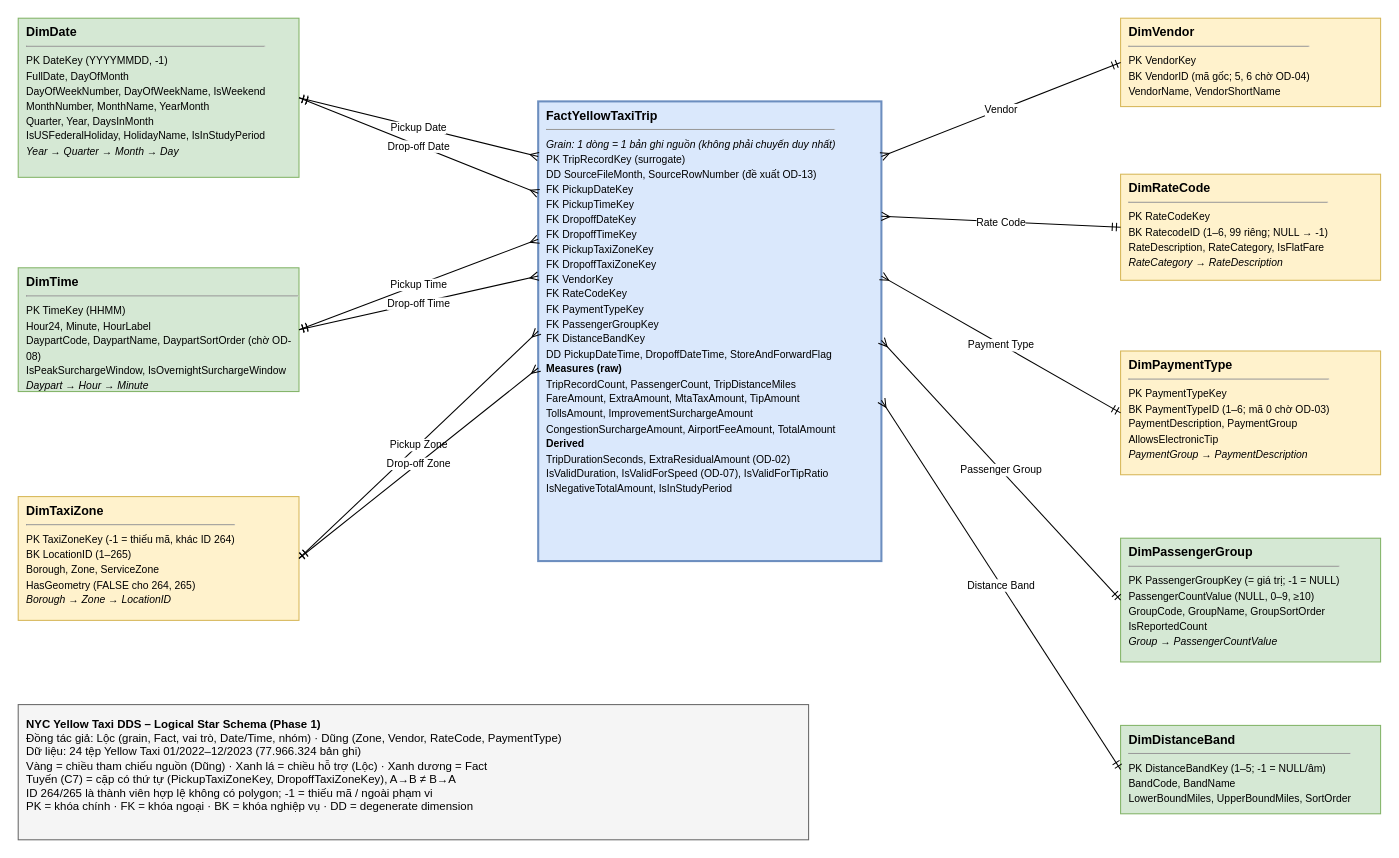
This is deliverables/phase1/loc/dds_logical_model.drawio from Truc54/BI_Project, a draw.io file, before an edit. Source tidied: cells renumbered, new cells numbered last; positions are measured from the earlier drawing's top-left corner, leaving out a move shared by most shapes. Both pictures are drawn from the tidied source at 104%, with x=0, y=0 at pixel (18, 18).
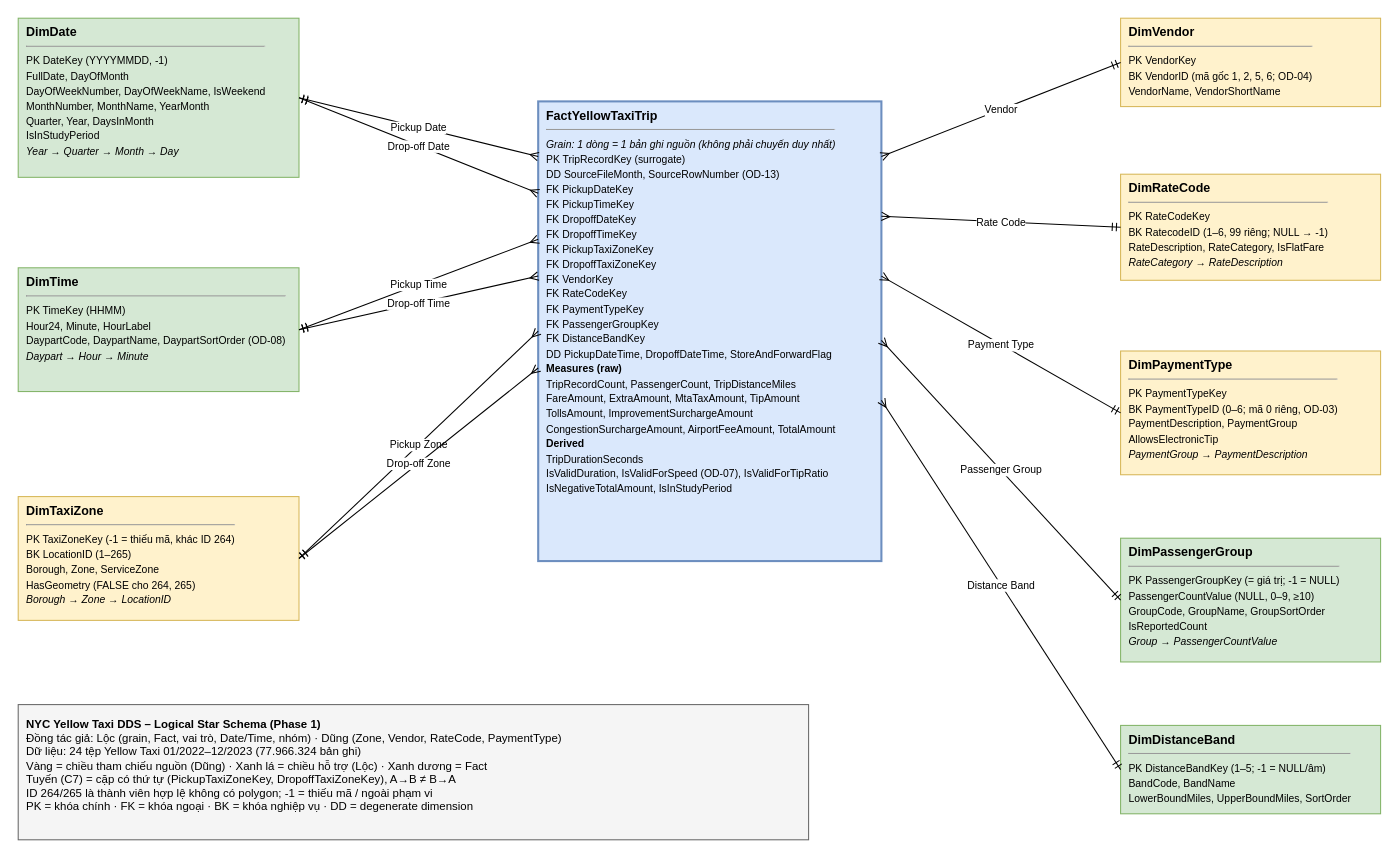
After the change.

The edit, as a diff of the source:
```diff
@@
-    <mxCell id="2" value="&lt;div style=&quot;text-align:left&quot;&gt;&lt;b&gt;FactYellowTaxiTrip&lt;/b&gt;&lt;hr size=&quot;1&quot;&gt;&lt;span style=&quot;font-size:10px&quot;&gt;&lt;i&gt;Grain: 1 dòng = 1 bản ghi nguồn (không phải chuyến duy nhất)&lt;/i&gt;&lt;br&gt;PK TripRecordKey (surrogate)&lt;br&gt;DD SourceFileMonth, SourceRowNumber (đề xuất OD-13)&lt;br&gt;FK PickupDateKey&lt;br&gt;FK PickupTimeKey&lt;br&gt;FK DropoffDateKey&lt;br&gt;FK DropoffTimeKey&lt;br&gt;FK PickupTaxiZoneKey&lt;br&gt;FK DropoffTaxiZoneKey&lt;br&gt;FK VendorKey&lt;br&gt;FK RateCodeKey&lt;br&gt;FK PaymentTypeKey&lt;br&gt;FK PassengerGroupKey&lt;br&gt;FK DistanceBandKey&lt;br&gt;DD PickupDateTime, DropoffDateTime, StoreAndForwardFlag&lt;br&gt;&lt;b&gt;Measures (raw)&lt;/b&gt;&lt;br&gt;TripRecordCount, PassengerCount, TripDistanceMiles&lt;br&gt;FareAmount, ExtraAmount, MtaTaxAmount, TipAmount&lt;br&gt;TollsAmount, ImprovementSurchargeAmount&lt;br&gt;CongestionSurchargeAmount, AirportFeeAmount, TotalAmount&lt;br&gt;&lt;b&gt;Derived&lt;/b&gt;&lt;br&gt;TripDurationSeconds, ExtraResidualAmount (OD-02)&lt;br&gt;IsValidDuration, IsValidForSpeed (OD-07), IsValidForTipRatio&lt;br&gt;IsNegativeTotalAmount, IsInStudyPeriod&lt;/span&gt;&lt;/div&gt;" style="rounded=0;whiteSpace=wrap;html=1;align=left;verticalAlign=top;spacingLeft=6;fillColor=#dae8fc;strokeColor=#6c8ebf;strokeWidth=2;" parent="1" vertex="1">
+    <mxCell id="2" value="&lt;div style=&quot;text-align:left&quot;&gt;&lt;b&gt;FactYellowTaxiTrip&lt;/b&gt;&lt;hr size=&quot;1&quot;&gt;&lt;span style=&quot;font-size:10px&quot;&gt;&lt;i&gt;Grain: 1 dòng = 1 bản ghi nguồn (không phải chuyến duy nhất)&lt;/i&gt;&lt;br&gt;PK TripRecordKey (surrogate)&lt;br&gt;DD SourceFileMonth, SourceRowNumber (OD-13)&lt;br&gt;FK PickupDateKey&lt;br&gt;FK PickupTimeKey&lt;br&gt;FK DropoffDateKey&lt;br&gt;FK DropoffTimeKey&lt;br&gt;FK PickupTaxiZoneKey&lt;br&gt;FK DropoffTaxiZoneKey&lt;br&gt;FK VendorKey&lt;br&gt;FK RateCodeKey&lt;br&gt;FK PaymentTypeKey&lt;br&gt;FK PassengerGroupKey&lt;br&gt;FK DistanceBandKey&lt;br&gt;DD PickupDateTime, DropoffDateTime, StoreAndForwardFlag&lt;br&gt;&lt;b&gt;Measures (raw)&lt;/b&gt;&lt;br&gt;TripRecordCount, PassengerCount, TripDistanceMiles&lt;br&gt;FareAmount, ExtraAmount, MtaTaxAmount, TipAmount&lt;br&gt;TollsAmount, ImprovementSurchargeAmount&lt;br&gt;CongestionSurchargeAmount, AirportFeeAmount, TotalAmount&lt;br&gt;&lt;b&gt;Derived&lt;/b&gt;&lt;br&gt;TripDurationSeconds&lt;br&gt;IsValidDuration, IsValidForSpeed (OD-07), IsValidForTipRatio&lt;br&gt;IsNegativeTotalAmount, IsInStudyPeriod&lt;/span&gt;&lt;/div&gt;" style="rounded=0;whiteSpace=wrap;html=1;align=left;verticalAlign=top;spacingLeft=6;fillColor=#dae8fc;strokeColor=#6c8ebf;strokeWidth=2;" parent="1" vertex="1">
       <mxGeometry x="500" y="80" width="330" height="442" as="geometry" />
     </mxCell>
-    <mxCell id="3" value="&lt;div style=&quot;text-align:left&quot;&gt;&lt;b&gt;DimDate&lt;/b&gt;&lt;hr size=&quot;1&quot;&gt;&lt;span style=&quot;font-size:10px&quot;&gt;PK DateKey (YYYYMMDD, -1)&lt;br&gt;FullDate, DayOfMonth&lt;br&gt;DayOfWeekNumber, DayOfWeekName, IsWeekend&lt;br&gt;MonthNumber, MonthName, YearMonth&lt;br&gt;Quarter, Year, DaysInMonth&lt;br&gt;IsUSFederalHoliday, HolidayName, IsInStudyPeriod&lt;br&gt;&lt;i&gt;Year → Quarter → Month → Day&lt;/i&gt;&lt;/span&gt;&lt;/div&gt;" style="rounded=0;whiteSpace=wrap;html=1;align=left;verticalAlign=top;spacingLeft=6;fillColor=#d5e8d4;strokeColor=#82b366;" parent="1" vertex="1">
+    <mxCell id="3" value="&lt;div style=&quot;text-align:left&quot;&gt;&lt;b&gt;DimDate&lt;/b&gt;&lt;hr size=&quot;1&quot;&gt;&lt;span style=&quot;font-size:10px&quot;&gt;PK DateKey (YYYYMMDD, -1)&lt;br&gt;FullDate, DayOfMonth&lt;br&gt;DayOfWeekNumber, DayOfWeekName, IsWeekend&lt;br&gt;MonthNumber, MonthName, YearMonth&lt;br&gt;Quarter, Year, DaysInMonth&lt;br&gt;IsInStudyPeriod&lt;br&gt;&lt;i&gt;Year → Quarter → Month → Day&lt;/i&gt;&lt;/span&gt;&lt;/div&gt;" style="rounded=0;whiteSpace=wrap;html=1;align=left;verticalAlign=top;spacingLeft=6;fillColor=#d5e8d4;strokeColor=#82b366;" parent="1" vertex="1">
       <mxGeometry width="270" height="153" as="geometry" />
     </mxCell>
-    <mxCell id="4" value="&lt;div style=&quot;text-align:left&quot;&gt;&lt;b&gt;DimTime&lt;/b&gt;&lt;hr size=&quot;1&quot;&gt;&lt;span style=&quot;font-size:10px&quot;&gt;PK TimeKey (HHMM)&lt;br&gt;Hour24, Minute, HourLabel&lt;br&gt;DaypartCode, DaypartName, DaypartSortOrder (chờ OD-08)&lt;br&gt;IsPeakSurchargeWindow, IsOvernightSurchargeWindow&lt;br&gt;&lt;i&gt;Daypart → Hour → Minute&lt;/i&gt;&lt;/span&gt;&lt;/div&gt;" style="rounded=0;whiteSpace=wrap;html=1;align=left;verticalAlign=top;spacingLeft=6;fillColor=#d5e8d4;strokeColor=#82b366;" parent="1" vertex="1">
+    <mxCell id="4" value="&lt;div style=&quot;text-align:left&quot;&gt;&lt;b&gt;DimTime&lt;/b&gt;&lt;hr size=&quot;1&quot;&gt;&lt;span style=&quot;font-size:10px&quot;&gt;PK TimeKey (HHMM)&lt;br&gt;Hour24, Minute, HourLabel&lt;br&gt;DaypartCode, DaypartName, DaypartSortOrder (OD-08)&lt;br&gt;&lt;i&gt;Daypart → Hour → Minute&lt;/i&gt;&lt;/span&gt;&lt;/div&gt;" style="rounded=0;whiteSpace=wrap;html=1;align=left;verticalAlign=top;spacingLeft=6;fillColor=#d5e8d4;strokeColor=#82b366;" parent="1" vertex="1">
       <mxGeometry y="240" width="270" height="119" as="geometry" />
     </mxCell>
@@
-    <mxCell id="6" value="&lt;div style=&quot;text-align:left&quot;&gt;&lt;b&gt;DimVendor&lt;/b&gt;&lt;hr size=&quot;1&quot;&gt;&lt;span style=&quot;font-size:10px&quot;&gt;PK VendorKey&lt;br&gt;BK VendorID (mã gốc; 5, 6 chờ OD-04)&lt;br&gt;VendorName, VendorShortName&lt;/span&gt;&lt;/div&gt;" style="rounded=0;whiteSpace=wrap;html=1;align=left;verticalAlign=top;spacingLeft=6;fillColor=#fff2cc;strokeColor=#d6b656;" parent="1" vertex="1">
+    <mxCell id="6" value="&lt;div style=&quot;text-align:left&quot;&gt;&lt;b&gt;DimVendor&lt;/b&gt;&lt;hr size=&quot;1&quot;&gt;&lt;span style=&quot;font-size:10px&quot;&gt;PK VendorKey&lt;br&gt;BK VendorID (mã gốc 1, 2, 5, 6; OD-04)&lt;br&gt;VendorName, VendorShortName&lt;/span&gt;&lt;/div&gt;" style="rounded=0;whiteSpace=wrap;html=1;align=left;verticalAlign=top;spacingLeft=6;fillColor=#fff2cc;strokeColor=#d6b656;" parent="1" vertex="1">
       <mxGeometry x="1060" width="250" height="85" as="geometry" />
     </mxCell>
@@
-    <mxCell id="8" value="&lt;div style=&quot;text-align:left&quot;&gt;&lt;b&gt;DimPaymentType&lt;/b&gt;&lt;hr size=&quot;1&quot;&gt;&lt;span style=&quot;font-size:10px&quot;&gt;PK PaymentTypeKey&lt;br&gt;BK PaymentTypeID (1–6; mã 0 chờ OD-03)&lt;br&gt;PaymentDescription, PaymentGroup&lt;br&gt;AllowsElectronicTip&lt;br&gt;&lt;i&gt;PaymentGroup → PaymentDescription&lt;/i&gt;&lt;/span&gt;&lt;/div&gt;" style="rounded=0;whiteSpace=wrap;html=1;align=left;verticalAlign=top;spacingLeft=6;fillColor=#fff2cc;strokeColor=#d6b656;" parent="1" vertex="1">
+    <mxCell id="8" value="&lt;div style=&quot;text-align:left&quot;&gt;&lt;b&gt;DimPaymentType&lt;/b&gt;&lt;hr size=&quot;1&quot;&gt;&lt;span style=&quot;font-size:10px&quot;&gt;PK PaymentTypeKey&lt;br&gt;BK PaymentTypeID (0–6; mã 0 riêng, OD-03)&lt;br&gt;PaymentDescription, PaymentGroup&lt;br&gt;AllowsElectronicTip&lt;br&gt;&lt;i&gt;PaymentGroup → PaymentDescription&lt;/i&gt;&lt;/span&gt;&lt;/div&gt;" style="rounded=0;whiteSpace=wrap;html=1;align=left;verticalAlign=top;spacingLeft=6;fillColor=#fff2cc;strokeColor=#d6b656;" parent="1" vertex="1">
       <mxGeometry x="1060" y="320" width="250" height="119" as="geometry" />
     </mxCell>
```
